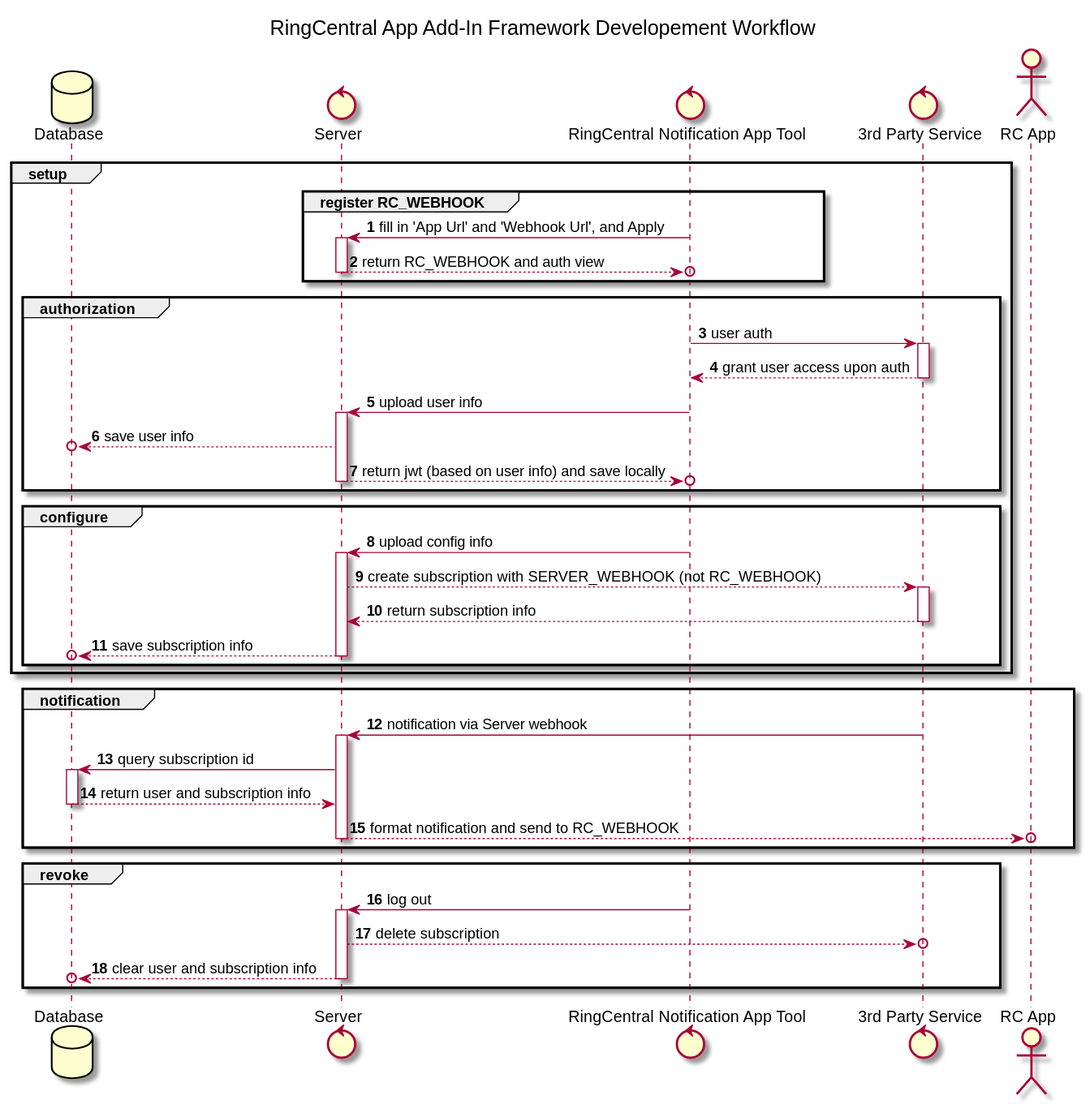
Earlier version of the PlantUML export diagram/flow.svg (ringcentral/ringcentral-add-in-framework-js). Source of this version:
```plantuml
@startuml

title RingCentral App Add-In Framework Developement Workflow

autonumber

Database "Database" as DB
control "Server" as SERVER
control "RingCentral Notification App Tool" as G
control "3rd Party Service" as T
actor "RC App" as RC

group setup

    group register RC_WEBHOOK
    G -> SERVER: fill in 'App Url' and 'Webhook Url', and Apply
    activate SERVER
    SERVER -->o G: return RC_WEBHOOK and auth view
    deactivate SERVER
    end

    group authorization
    G -> T: user auth
    activate T
    T --> G: grant user access upon auth
    deactivate T
    G -> SERVER: upload user info
    activate SERVER
    SERVER -->o DB: save user info
    SERVER -->o G: return jwt (based on user info) and save locally
    deactivate SERVER
    end

    group configure
    G -> SERVER: upload config info
    activate SERVER
    SERVER --> T: create subscription with SERVER_WEBHOOK (not RC_WEBHOOK)
    activate T
    T --> SERVER: return subscription info
    deactivate T
    SERVER -->o DB: save subscription info
    deactivate SERVER
    end
end

group notification
    T -> SERVER: notification via Server webhook
    activate SERVER
    SERVER -> DB: query subscription id
    activate DB
    DB --> SERVER: return user and subscription info
    deactivate DB
    SERVER -->o RC: format notification and send to RC_WEBHOOK
    deactivate SERVER
end

group revoke
    G -> SERVER: log out
    activate SERVER
    SERVER -->o T: delete subscription
    SERVER -->o DB: clear user and subscription info
    deactivate SERVER
end

@enduml
```
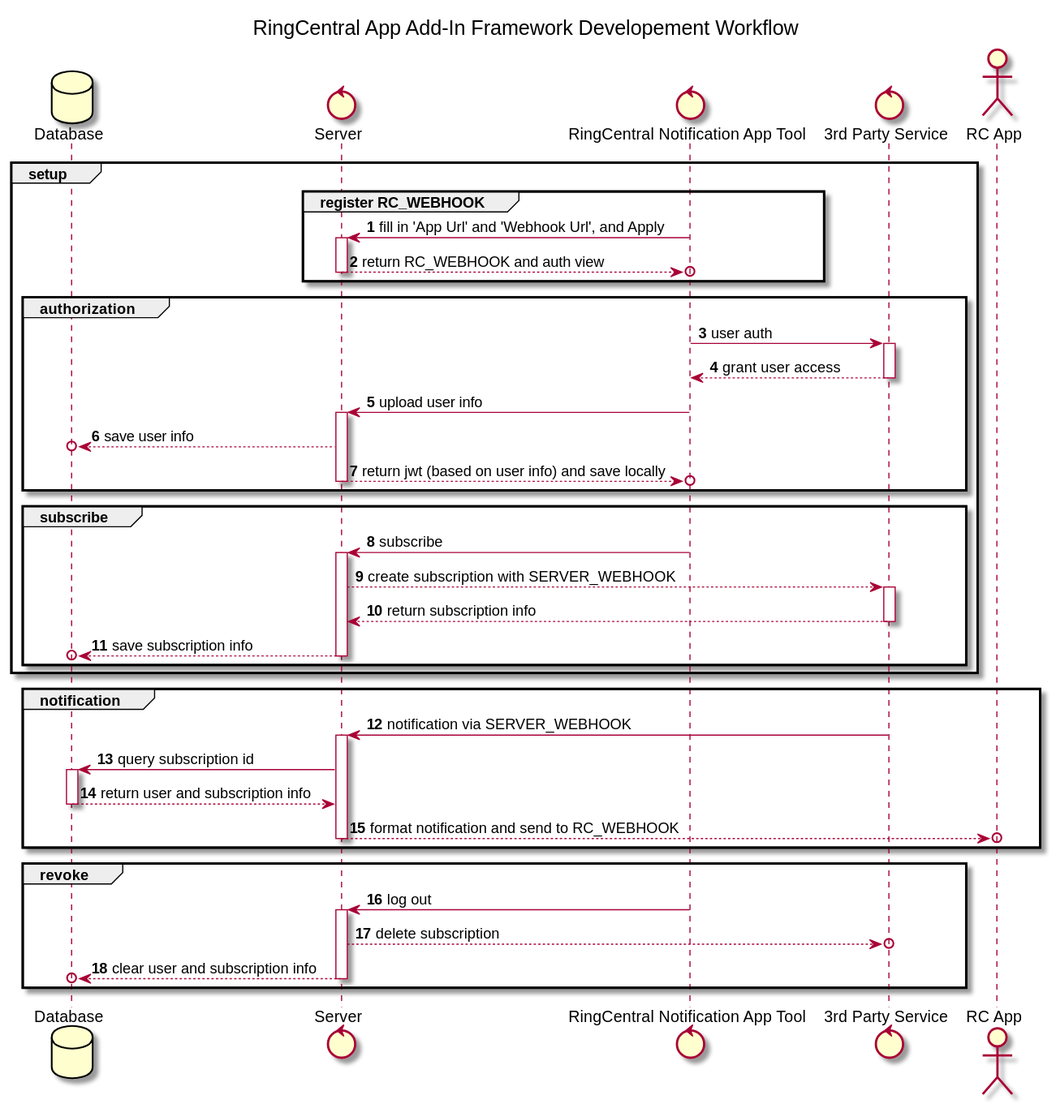
The same file after the commit.

The edit, as a diff of the source:
```diff
@@ -22,7 +22,7 @@
     group authorization
     G -> T: user auth
     activate T
-    T --> G: grant user access upon auth
+    T --> G: grant user access
     deactivate T
     G -> SERVER: upload user info
     activate SERVER
@@ -31,10 +31,10 @@
     deactivate SERVER
     end
 
-    group configure
-    G -> SERVER: upload config info
+    group subscribe
+    G -> SERVER: subscribe
     activate SERVER
-    SERVER --> T: create subscription with SERVER_WEBHOOK (not RC_WEBHOOK)
+    SERVER --> T: create subscription with SERVER_WEBHOOK
     activate T
     T --> SERVER: return subscription info
     deactivate T
@@ -44,7 +44,7 @@
 end
 
 group notification
-    T -> SERVER: notification via Server webhook
+    T -> SERVER: notification via SERVER_WEBHOOK
     activate SERVER
     SERVER -> DB: query subscription id
     activate DB
```
